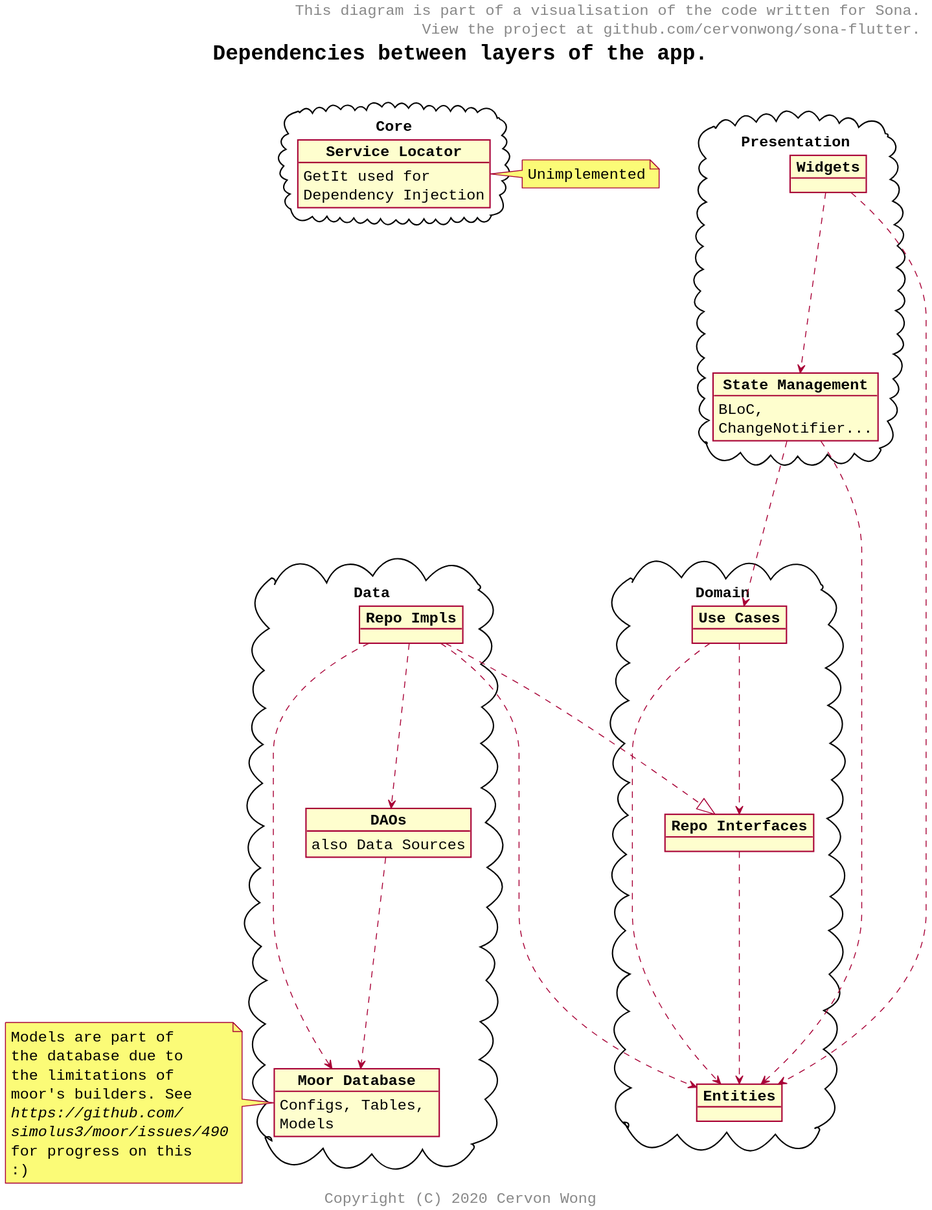
cervonwong/sona-flutter keeps this PlantUML diagram as puml/architecture_dependencies.svg. Above is the earlier version.
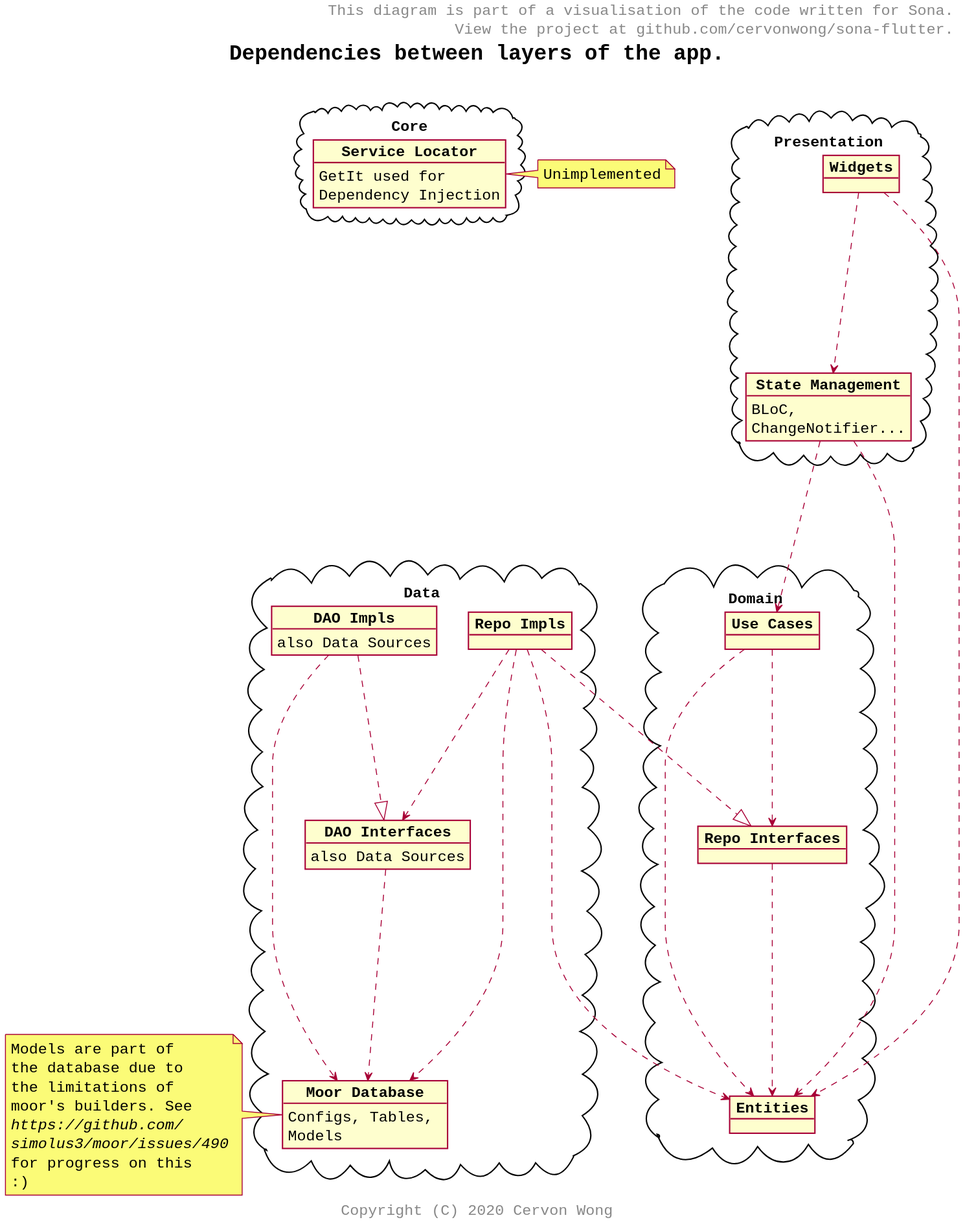
After the commit.

What changed in the source:
```diff
@@ -31,7 +31,10 @@
 
 package Data <<Cloud>> {
 	object "Repo Impls" as ri
-    object "DAOs" AS d {
+    object "DAO Impls" AS di {
+    	also Data Sources
+    }
+    object "DAO Interfaces" as id {
     	also Data Sources
     }
     object "Moor Database" as db {
@@ -40,7 +43,7 @@
 }
 
 package Core <<Cloud>> {
-	object "Service Locator" as di {
+	object "Service Locator" as sl {
     	GetIt used for Dependency Injection
     }
 }
@@ -53,12 +56,14 @@
 u  ....>  ir
 ir ....>  e
 ri ....|> ir
-ri ....>  d
+ri ....>  id
 ri ....>  db
 ri ....>  e
-d  ....>  db
+di ....>  db
+di ....|> id
+id ....> db
 
-note right of di
+note right of sl
 	Unimplemented
 end note
 
```
